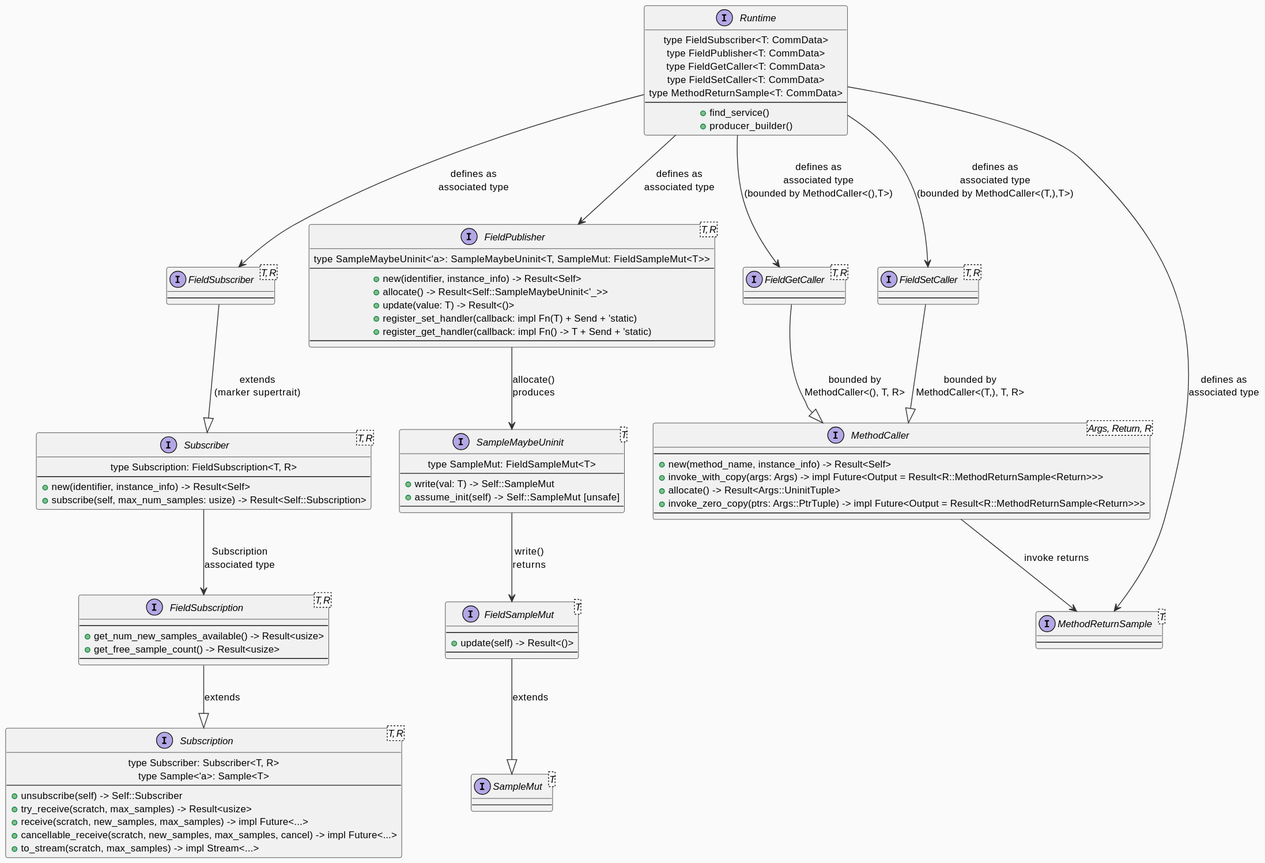
eclipse-score/communication keeps this PlantUML diagram as score/mw/com/rust/design/field_trait_diagram.svg. Above is the earlier version.
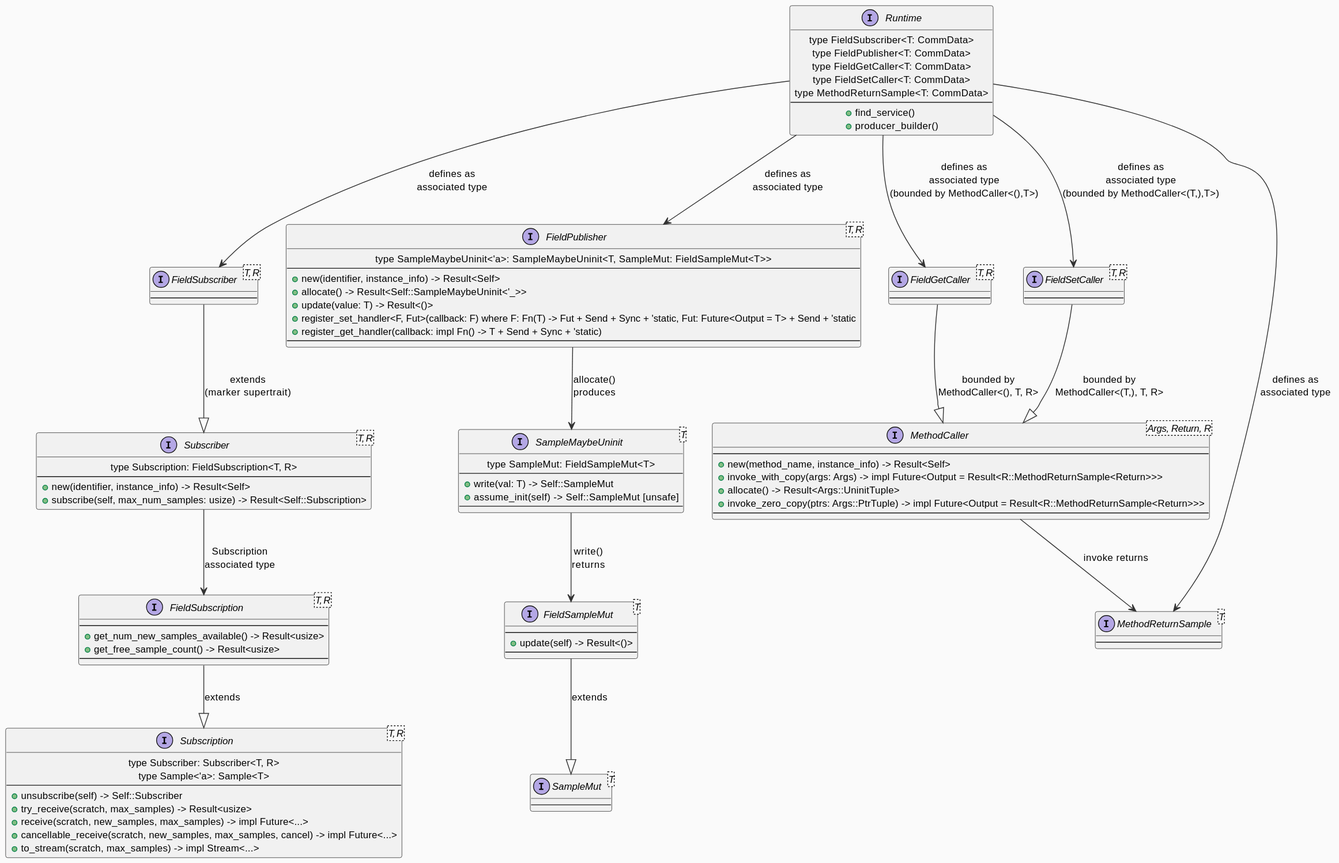
The same file after the commit.

Diff of the diagram source:
```diff
@@ -52,8 +52,8 @@
   + new(identifier, instance_info) -> Result<Self>
   + allocate() -> Result<Self::SampleMaybeUninit<'_>>
   + update(value: T) -> Result<()>
-  + register_set_handler(callback: impl Fn(T) + Send + 'static)
-  + register_get_handler(callback: impl Fn() -> T + Send + 'static)
+  + register_set_handler<F, Fut>(callback: F) where F: Fn(T) -> Fut + Send + Sync + 'static, Fut: Future<Output = T> + Send + 'static
+  + register_get_handler(callback: impl Fn() -> T + Send + Sync + 'static)
   ---
 }
 
```
